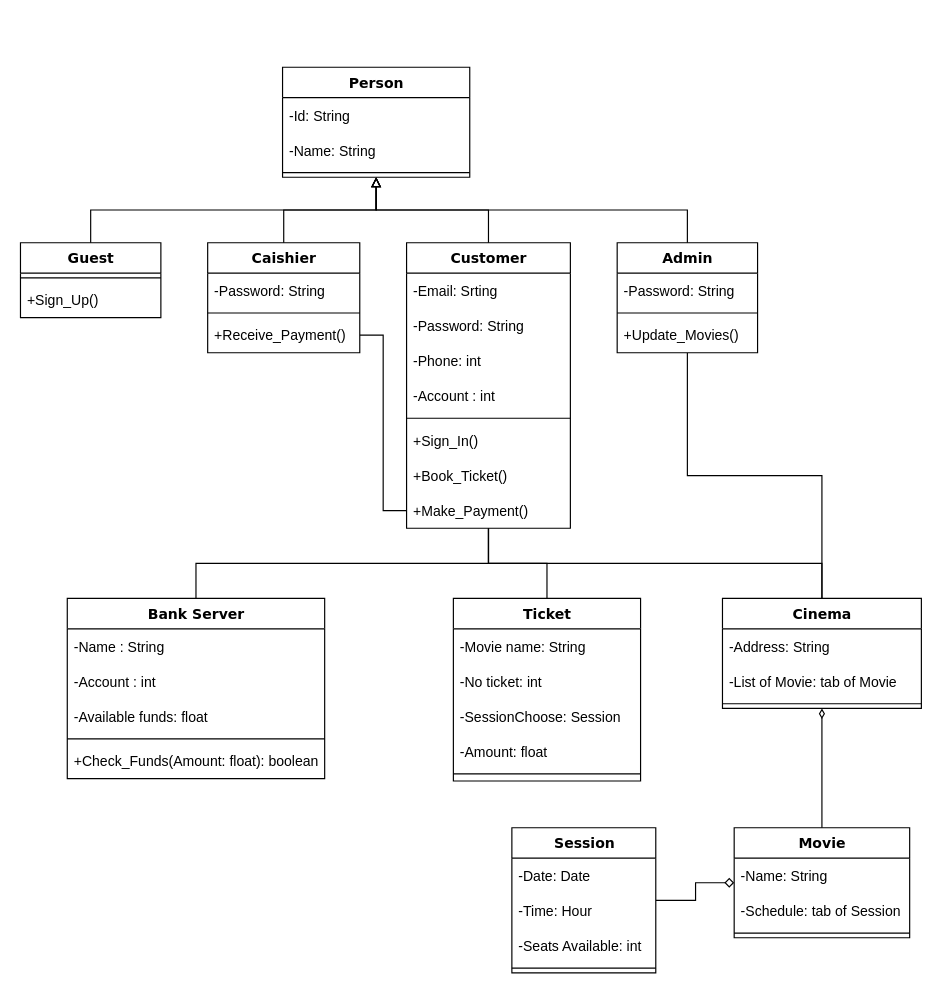
This is Diagramme class Movie Ticket Booking System.drawio from Melydgt/Draw-io-UML-England, a draw.io file, before an edit. Source tidied: cells renumbered, new cells numbered last; positions are measured from the earlier drawing's top-left corner, leaving out a move shared by most shapes. Both pictures are drawn from the tidied source at 117%, with x=0, y=0 at pixel (20, 67).
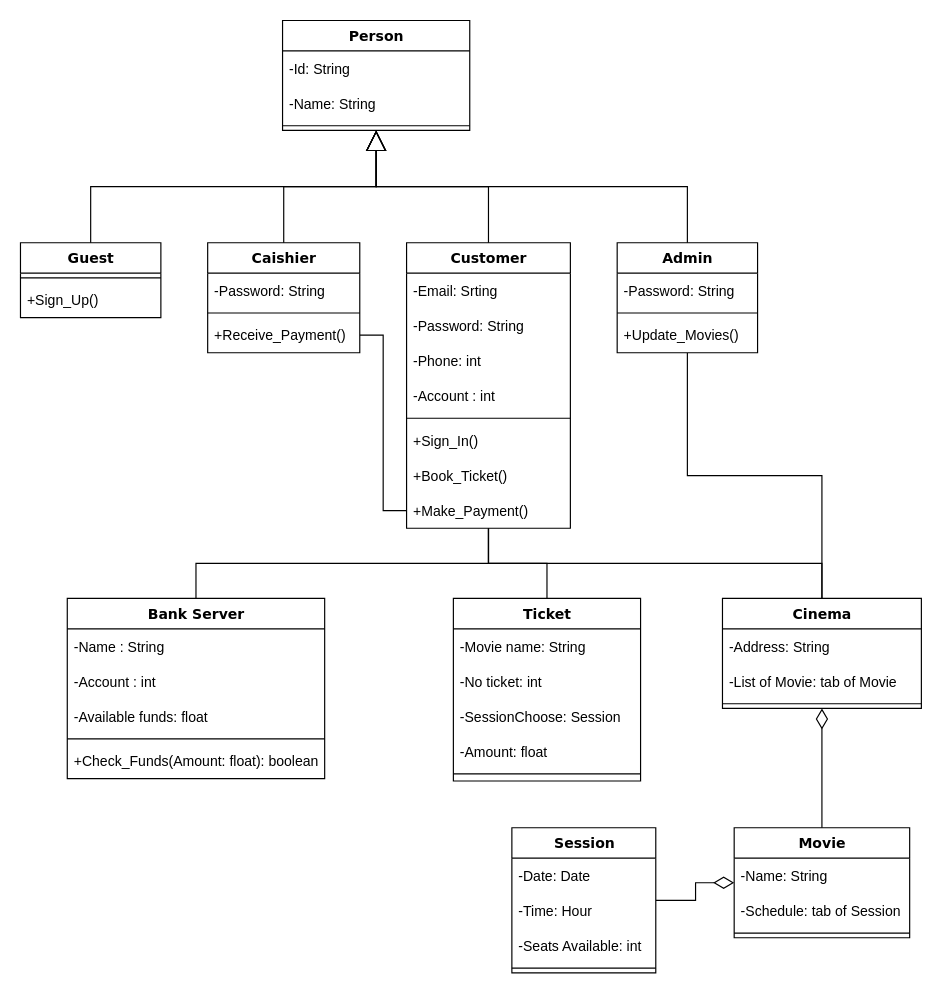
The same page after the edit.

Commit message:
Mettre à jour Diagramme class Movie Ticket Booking System.drawio

Unchanged cells that the change refers to:
```xml
<mxCell id="6" value="Customer" style="swimlane;html=1;fontStyle=1;align=center;verticalAlign=top;horizontal=1;startSize=26;swimlaneFillColor=#ffffff;rounded=0;shadow=0;comic=0;labelBackgroundColor=none;strokeWidth=1;fillColor=none;fontFamily=Verdana;fontSize=12;" parent="1" vertex="1">
  <mxGeometry x="330" y="150" width="140" height="244" as="geometry" />
</mxCell>
<mxCell id="28" value="Cinema" style="swimlane;html=1;fontStyle=1;align=center;verticalAlign=top;horizontal=1;startSize=26;swimlaneFillColor=#ffffff;rounded=0;shadow=0;comic=0;labelBackgroundColor=none;strokeWidth=1;fillColor=none;fontFamily=Verdana;fontSize=12;" parent="1" vertex="1">
  <mxGeometry x="600" y="454" width="170" height="94" as="geometry" />
</mxCell>
<mxCell id="33" value="Guest" style="swimlane;html=1;fontStyle=1;align=center;verticalAlign=top;horizontal=1;startSize=26;swimlaneFillColor=#ffffff;rounded=0;shadow=0;comic=0;labelBackgroundColor=none;strokeWidth=1;fillColor=none;fontFamily=Verdana;fontSize=12;" parent="1" vertex="1">
  <mxGeometry y="150" width="120" height="64" as="geometry" />
</mxCell>
<mxCell id="38" value="Admin" style="swimlane;html=1;fontStyle=1;align=center;verticalAlign=top;horizontal=1;startSize=26;swimlaneFillColor=#ffffff;rounded=0;shadow=0;comic=0;labelBackgroundColor=none;strokeWidth=1;fillColor=none;fontFamily=Verdana;fontSize=12;" parent="1" vertex="1">
  <mxGeometry x="510" y="150" width="120" height="94" as="geometry" />
</mxCell>
<mxCell id="44" value="Movie" style="swimlane;html=1;fontStyle=1;align=center;verticalAlign=top;horizontal=1;startSize=26;swimlaneFillColor=#ffffff;rounded=0;shadow=0;comic=0;labelBackgroundColor=none;strokeWidth=1;fillColor=none;fontFamily=Verdana;fontSize=12;" parent="1" vertex="1">
  <mxGeometry x="610" y="650" width="150" height="94" as="geometry" />
</mxCell>
<mxCell id="48" value="Session" style="swimlane;html=1;fontStyle=1;align=center;verticalAlign=top;horizontal=1;startSize=26;swimlaneFillColor=#ffffff;rounded=0;shadow=0;comic=0;labelBackgroundColor=none;strokeWidth=1;fillColor=none;fontFamily=Verdana;fontSize=12;" parent="1" vertex="1">
  <mxGeometry x="420" y="650" width="123" height="124" as="geometry" />
</mxCell>
<mxCell id="54" value="Caishier" style="swimlane;html=1;fontStyle=1;align=center;verticalAlign=top;horizontal=1;startSize=26;swimlaneFillColor=#ffffff;rounded=0;shadow=0;comic=0;labelBackgroundColor=none;strokeWidth=1;fillColor=none;fontFamily=Verdana;fontSize=12;" parent="1" vertex="1">
  <mxGeometry x="160" y="150" width="130" height="94" as="geometry" />
</mxCell>
```

The edit, as a diff of the source:
```diff
@@
-    <mxCell id="4" style="edgeStyle=elbowEdgeStyle;rounded=0;jettySize=auto;html=1;endArrow=block;endFill=0;elbow=vertical;" parent="1" edge="1" source="6" target="58">
+    <mxCell id="4" style="edgeStyle=elbowEdgeStyle;rounded=0;jettySize=auto;html=1;endArrow=block;endFill=0;elbow=vertical;endSize=15;startSize=15;" parent="1" edge="1" source="6" target="58">
       <mxGeometry relative="1" as="geometry" />
     </mxCell>
@@
-    <mxCell id="32" style="edgeStyle=elbowEdgeStyle;rounded=0;jettySize=auto;html=1;endArrow=block;endFill=0;elbow=vertical;" parent="1" edge="1" source="33" target="58">
+    <mxCell id="32" style="edgeStyle=elbowEdgeStyle;rounded=0;jettySize=auto;html=1;endArrow=block;endFill=0;elbow=vertical;endSize=15;startSize=15;" parent="1" edge="1" source="33" target="58">
       <mxGeometry relative="1" as="geometry" />
     </mxCell>
@@
-    <mxCell id="36" style="edgeStyle=elbowEdgeStyle;rounded=0;jettySize=auto;html=1;endArrow=block;endFill=0;elbow=vertical;" parent="1" edge="1" source="38" target="58">
+    <mxCell id="36" style="edgeStyle=elbowEdgeStyle;rounded=0;jettySize=auto;html=1;endArrow=block;endFill=0;elbow=vertical;endSize=15;startSize=15;" parent="1" edge="1" source="38" target="58">
       <mxGeometry relative="1" as="geometry" />
     </mxCell>
@@
-    <mxCell id="42" style="rounded=0;jettySize=auto;html=1;endArrow=none;endFill=0;startArrow=diamond;startFill=0;edgeStyle=elbowEdgeStyle;" parent="1" edge="1" source="44" target="48">
+    <mxCell id="42" style="rounded=0;jettySize=auto;html=1;endArrow=none;endFill=0;startArrow=diamondThin;startFill=0;edgeStyle=elbowEdgeStyle;endSize=15;startSize=15;" parent="1" edge="1" source="44" target="48">
       <mxGeometry relative="1" as="geometry" />
     </mxCell>
-    <mxCell id="43" style="edgeStyle=elbowEdgeStyle;rounded=0;jettySize=auto;html=1;startArrow=none;startFill=0;endArrow=diamondThin;endFill=0;strokeWidth=1;" parent="1" edge="1" source="44" target="28">
+    <mxCell id="43" style="edgeStyle=elbowEdgeStyle;rounded=0;jettySize=auto;html=1;startArrow=none;startFill=0;endArrow=diamondThin;endFill=0;strokeWidth=1;endSize=15;startSize=15;" parent="1" edge="1" source="44" target="28">
       <mxGeometry relative="1" as="geometry" />
     </mxCell>
@@
-    <mxCell id="53" style="rounded=0;jettySize=auto;html=1;endArrow=block;endFill=0;edgeStyle=elbowEdgeStyle;elbow=vertical;" parent="1" edge="1" source="54" target="58">
+    <mxCell id="53" style="rounded=0;jettySize=auto;html=1;endArrow=block;endFill=0;edgeStyle=elbowEdgeStyle;elbow=vertical;endSize=15;startSize=15;" parent="1" edge="1" source="54" target="58">
       <mxGeometry relative="1" as="geometry" />
     </mxCell>
@@
     <mxCell id="58" value="Person" style="swimlane;html=1;fontStyle=1;align=center;verticalAlign=top;horizontal=1;startSize=26;swimlaneFillColor=#ffffff;rounded=0;shadow=0;comic=0;labelBackgroundColor=none;strokeWidth=1;fillColor=none;fontFamily=Verdana;fontSize=12;" parent="1" vertex="1">
-      <mxGeometry x="224" width="160" height="94" as="geometry" />
+      <mxGeometry x="224" y="-40" width="160" height="94" as="geometry" />
     </mxCell>
```
